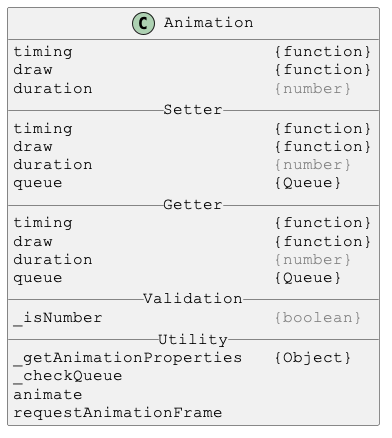
This is docs/PlantUml/image/Animation.png from Justin-Byrne/canvasLab, a PlantUML export, as it was before one commit.
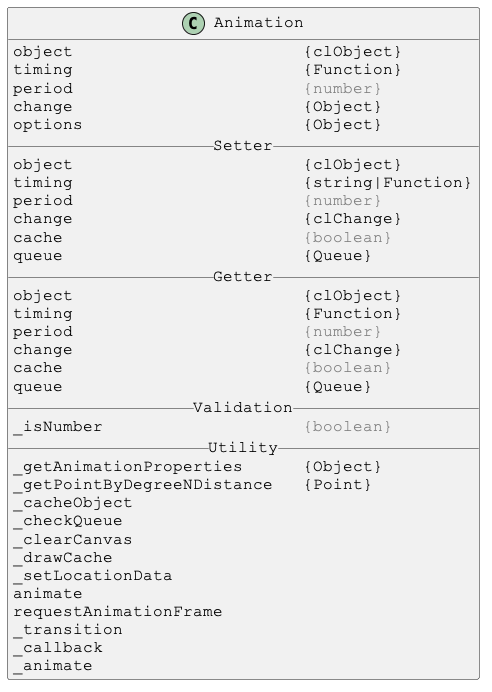
The same file after the commit.

The edit, as a diff of the source:
```diff
@@ -4,26 +4,40 @@
 skinparam DefaultFontName Courier New
 
 class Animation {
-timing                    {function}
-draw                      {function}
-duration                  <color:gray>{number}</color>
+object                       {clObject}
+timing                       {Function}
+period                       <color:gray>{number}</color>
+change                       {Object}
+options                      {Object}
 __ Setter __
-timing                    {function}
-draw                      {function}
-duration                  <color:gray>{number}</color>
-queue                     {Queue}
+object                       {clObject}
+timing                       {string|Function}
+period                       <color:gray>{number}</color>
+change                       {clChange}
+cache                        <color:gray>{boolean}</color>
+queue                        {Queue}
 __ Getter __
-timing                    {function}
-draw                      {function}
-duration                  <color:gray>{number}</color>
-queue                     {Queue}
+object                       {clObject}
+timing                       {Function}
+period                       <color:gray>{number}</color>
+change                       {clChange}
+cache                        <color:gray>{boolean}</color>
+queue                        {Queue}
 __ Validation __
-_isNumber                 <color:gray>{boolean}</color>
+_isNumber                    <color:gray>{boolean}</color>
 __ Utility __
-_getAnimationProperties   {Object}
+_getAnimationProperties      {Object}
+_getPointByDegreeNDistance   {Point}
+_cacheObject
 _checkQueue
+_clearCanvas
+_drawCache
+_setLocationData
 animate
 requestAnimationFrame
+_transition
+_callback
+_animate
 }
 
 @enduml
```
